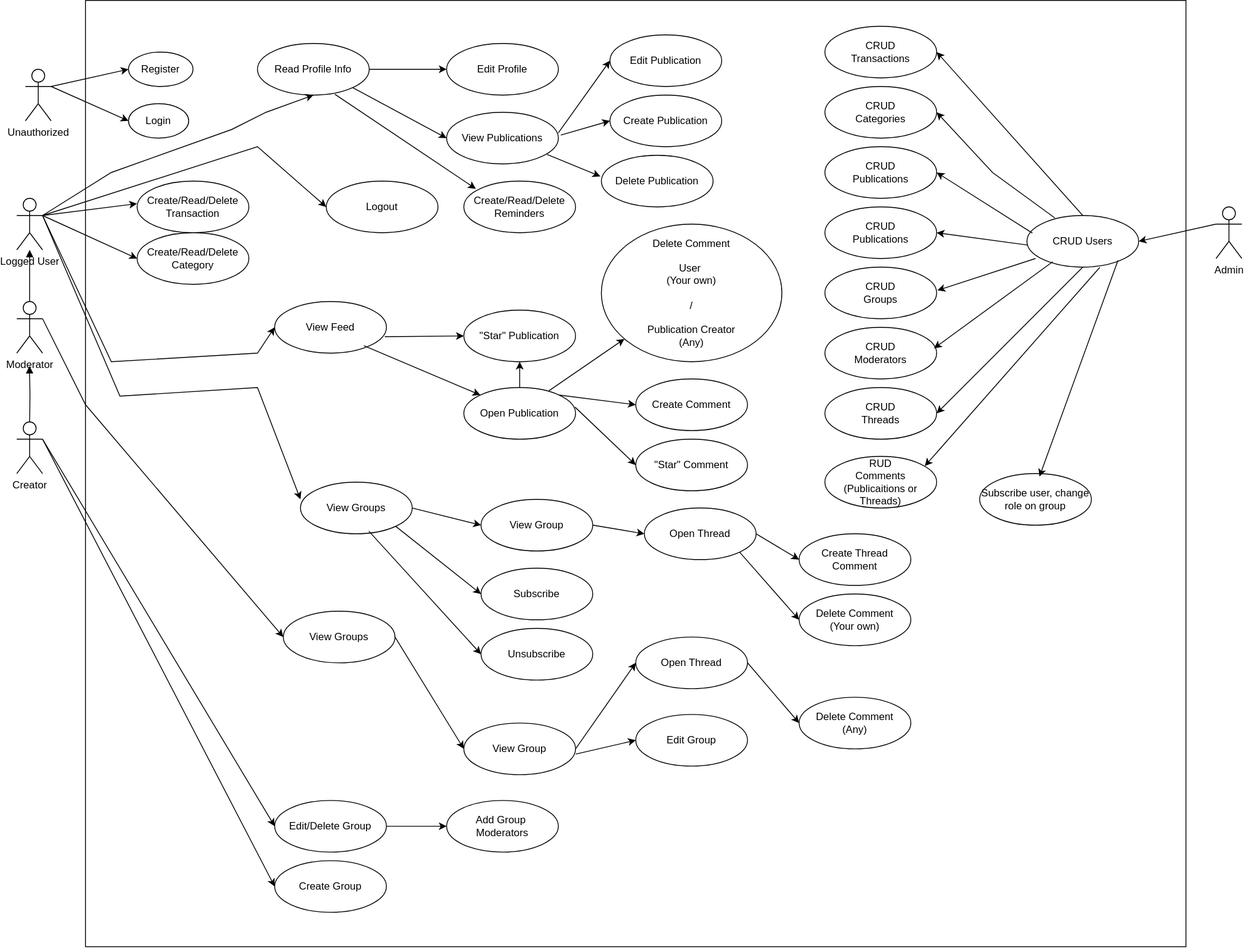
Above: imgs/USE CASE IIS.svg in DmytroKhodarevskyi/VUTFIT2024---ITU_MoneyTracker-WebApp (draw.io), before the change. Source tidied: cells renumbered, new cells last; positions are measured from the earlier drawing's top-left corner, leaving out a move shared by most shapes.
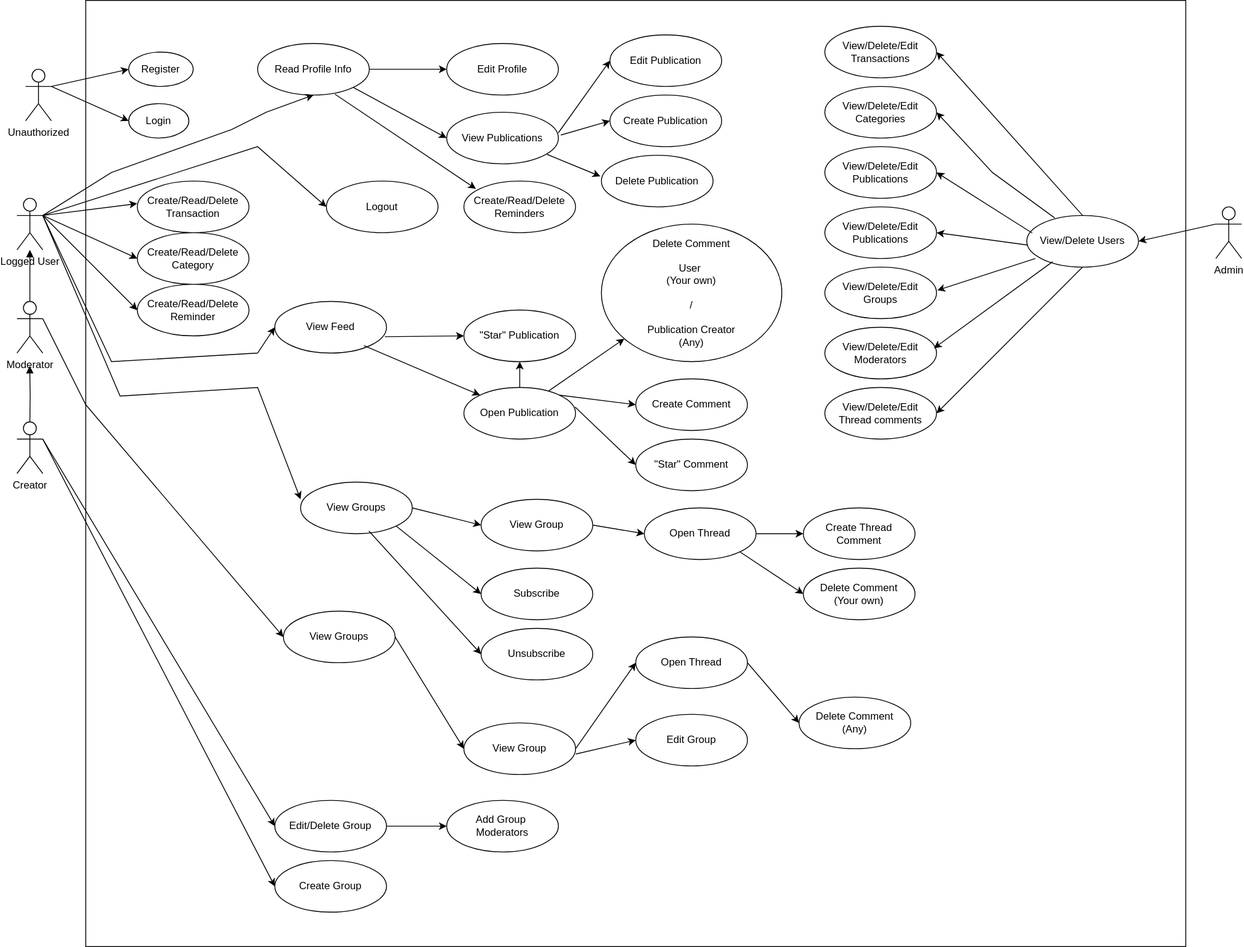
Above is the later version.

Diff of the diagram source:
```diff
@@ -48,9 +48,15 @@
     <mxCell id="15" value="Create/Read/Delete&lt;div&gt;Category&lt;/div&gt;" style="ellipse;whiteSpace=wrap;html=1;align=center;" parent="1" vertex="1">
       <mxGeometry x="140" y="270" width="130" height="60" as="geometry" />
     </mxCell>
+    <mxCell id="97" value="Create/Read/Delete&lt;div&gt;Reminder&lt;/div&gt;" style="ellipse;whiteSpace=wrap;html=1;align=center;" parent="1" vertex="1">
+      <mxGeometry x="140" y="330" width="130" height="60" as="geometry" />
+    </mxCell>
     <mxCell id="16" style="rounded=0;jettySize=auto;html=1;exitX=1;exitY=0.3333333333333333;exitDx=0;exitDy=0;exitPerimeter=0;entryX=0;entryY=0.5;entryDx=0;entryDy=0;" parent="1" edge="1" source="11" target="15">
       <mxGeometry relative="1" as="geometry" />
     </mxCell>
+    <mxCell id="98" style="rounded=0;jettySize=auto;html=1;exitX=1;exitY=0.3333333333333333;exitDx=0;exitDy=0;exitPerimeter=0;entryX=0;entryY=0.5;entryDx=0;entryDy=0;" parent="1" edge="1" source="11" target="97">
+      <mxGeometry relative="1" as="geometry" />
+    </mxCell>
     <mxCell id="17" style="edgeStyle=orthogonalEdgeStyle;rounded=0;jettySize=auto;html=1;entryX=0;entryY=0.5;entryDx=0;entryDy=0;" parent="1" edge="1" source="18" target="19">
       <mxGeometry relative="1" as="geometry" />
     </mxCell>
@@ -160,7 +166,7 @@
       <mxGeometry relative="1" as="geometry" />
     </mxCell>
     <mxCell id="53" value="Create Thread Comment" style="ellipse;whiteSpace=wrap;html=1;align=center;" parent="1" vertex="1">
-      <mxGeometry x="910" y="620" width="130" height="60" as="geometry" />
+      <mxGeometry x="915" y="590" width="130" height="60" as="geometry" />
     </mxCell>
     <mxCell id="54" style="rounded=0;jettySize=auto;html=1;exitX=1;exitY=0.5;exitDx=0;exitDy=0;entryX=0;entryY=0.5;entryDx=0;entryDy=0;" parent="1" edge="1" source="51" target="53">
       <mxGeometry relative="1" as="geometry" />
@@ -169,7 +175,7 @@
       <mxGeometry relative="1" as="geometry" />
     </mxCell>
     <mxCell id="56" value="Delete Comment&lt;div&gt;(Your own)&lt;/div&gt;" style="ellipse;whiteSpace=wrap;html=1;align=center;" parent="1" vertex="1">
-      <mxGeometry x="910" y="690" width="130" height="60" as="geometry" />
+      <mxGeometry x="915" y="660" width="130" height="60" as="geometry" />
     </mxCell>
     <mxCell id="57" value="Edit/Delete Group" style="ellipse;whiteSpace=wrap;html=1;align=center;" parent="1" vertex="1">
       <mxGeometry x="300" y="930" width="130" height="60" as="geometry" />
@@ -250,28 +256,28 @@
     <mxCell id="74" value="Admin" style="shape=umlActor;verticalLabelPosition=bottom;verticalAlign=top;html=1;" parent="1" vertex="1">
       <mxGeometry x="1395" y="240" width="30" height="60" as="geometry" />
     </mxCell>
-    <mxCell id="75" value="CRUD Users" style="ellipse;whiteSpace=wrap;html=1;align=center;" parent="1" vertex="1">
+    <mxCell id="75" value="View/Delete Users" style="ellipse;whiteSpace=wrap;html=1;align=center;" parent="1" vertex="1">
       <mxGeometry x="1175" y="250" width="130" height="60" as="geometry" />
     </mxCell>
-    <mxCell id="76" value="CRUD&lt;div&gt;Transactions&lt;/div&gt;" style="ellipse;whiteSpace=wrap;html=1;align=center;" parent="1" vertex="1">
+    <mxCell id="76" value="View/Delete/Edit Transactions" style="ellipse;whiteSpace=wrap;html=1;align=center;" parent="1" vertex="1">
       <mxGeometry x="940" y="30" width="130" height="60" as="geometry" />
     </mxCell>
-    <mxCell id="77" value="CRUD&lt;div&gt;Categories&lt;/div&gt;" style="ellipse;whiteSpace=wrap;html=1;align=center;" parent="1" vertex="1">
+    <mxCell id="77" value="View/Delete/Edit Categories" style="ellipse;whiteSpace=wrap;html=1;align=center;" parent="1" vertex="1">
       <mxGeometry x="940" y="100" width="130" height="60" as="geometry" />
     </mxCell>
-    <mxCell id="78" value="CRUD&lt;div&gt;Publications&lt;/div&gt;" style="ellipse;whiteSpace=wrap;html=1;align=center;" parent="1" vertex="1">
+    <mxCell id="78" value="View/Delete/Edit Publications" style="ellipse;whiteSpace=wrap;html=1;align=center;" parent="1" vertex="1">
       <mxGeometry x="940" y="170" width="130" height="60" as="geometry" />
     </mxCell>
-    <mxCell id="79" value="CRUD&lt;div&gt;Publications&lt;/div&gt;" style="ellipse;whiteSpace=wrap;html=1;align=center;" parent="1" vertex="1">
+    <mxCell id="79" value="View/Delete/Edit Publications" style="ellipse;whiteSpace=wrap;html=1;align=center;" parent="1" vertex="1">
       <mxGeometry x="940" y="240" width="130" height="60" as="geometry" />
     </mxCell>
-    <mxCell id="80" value="CRUD&lt;div&gt;Groups&lt;/div&gt;" style="ellipse;whiteSpace=wrap;html=1;align=center;" parent="1" vertex="1">
+    <mxCell id="80" value="View/Delete/Edit Groups" style="ellipse;whiteSpace=wrap;html=1;align=center;" parent="1" vertex="1">
       <mxGeometry x="940" y="310" width="130" height="60" as="geometry" />
     </mxCell>
-    <mxCell id="81" value="CRUD&lt;div&gt;Moderators&lt;/div&gt;" style="ellipse;whiteSpace=wrap;html=1;align=center;" parent="1" vertex="1">
+    <mxCell id="81" value="View/Delete/Edit Moderators" style="ellipse;whiteSpace=wrap;html=1;align=center;" parent="1" vertex="1">
       <mxGeometry x="940" y="380" width="130" height="60" as="geometry" />
     </mxCell>
-    <mxCell id="82" value="CRUD&lt;div&gt;Threads&lt;/div&gt;" style="ellipse;whiteSpace=wrap;html=1;align=center;" parent="1" vertex="1">
+    <mxCell id="82" value="View/Delete/Edit Thread comments" style="ellipse;whiteSpace=wrap;html=1;align=center;" parent="1" vertex="1">
       <mxGeometry x="940" y="450" width="130" height="60" as="geometry" />
     </mxCell>
     <mxCell id="83" style="rounded=0;jettySize=auto;html=1;entryX=1;entryY=0.5;entryDx=0;entryDy=0;exitX=0.5;exitY=0;exitDx=0;exitDy=0;" parent="1" edge="1" source="75" target="76">
@@ -311,17 +317,5 @@
         <mxPoint x="534" y="219" as="targetPoint" />
       </mxGeometry>
     </mxCell>
-    <mxCell id="93" value="RUD&lt;div&gt;Comments (Publicaitions or Threads)&lt;/div&gt;" style="ellipse;whiteSpace=wrap;html=1;align=center;" parent="1" vertex="1">
-      <mxGeometry x="940" y="530" width="130" height="60" as="geometry" />
-    </mxCell>
-    <mxCell id="94" style="rounded=0;jettySize=auto;html=1;entryX=0.894;entryY=0.188;entryDx=0;entryDy=0;exitX=0.652;exitY=1.005;exitDx=0;exitDy=0;exitPerimeter=0;entryPerimeter=0;" parent="1" edge="1" source="75" target="93">
-      <mxGeometry relative="1" as="geometry" />
-    </mxCell>
-    <mxCell id="95" value="Subscribe user, change role on group" style="ellipse;whiteSpace=wrap;html=1;align=center;" parent="1" vertex="1">
-      <mxGeometry x="1120" y="550" width="130" height="60" as="geometry" />
-    </mxCell>
-    <mxCell id="96" style="rounded=0;jettySize=auto;html=1;entryX=0.535;entryY=0.06;entryDx=0;entryDy=0;exitX=0.815;exitY=0.869;exitDx=0;exitDy=0;exitPerimeter=0;entryPerimeter=0;" parent="1" edge="1" source="75" target="95">
-      <mxGeometry relative="1" as="geometry" />
-    </mxCell>
   </root>
 </mxGraphModel>
```
